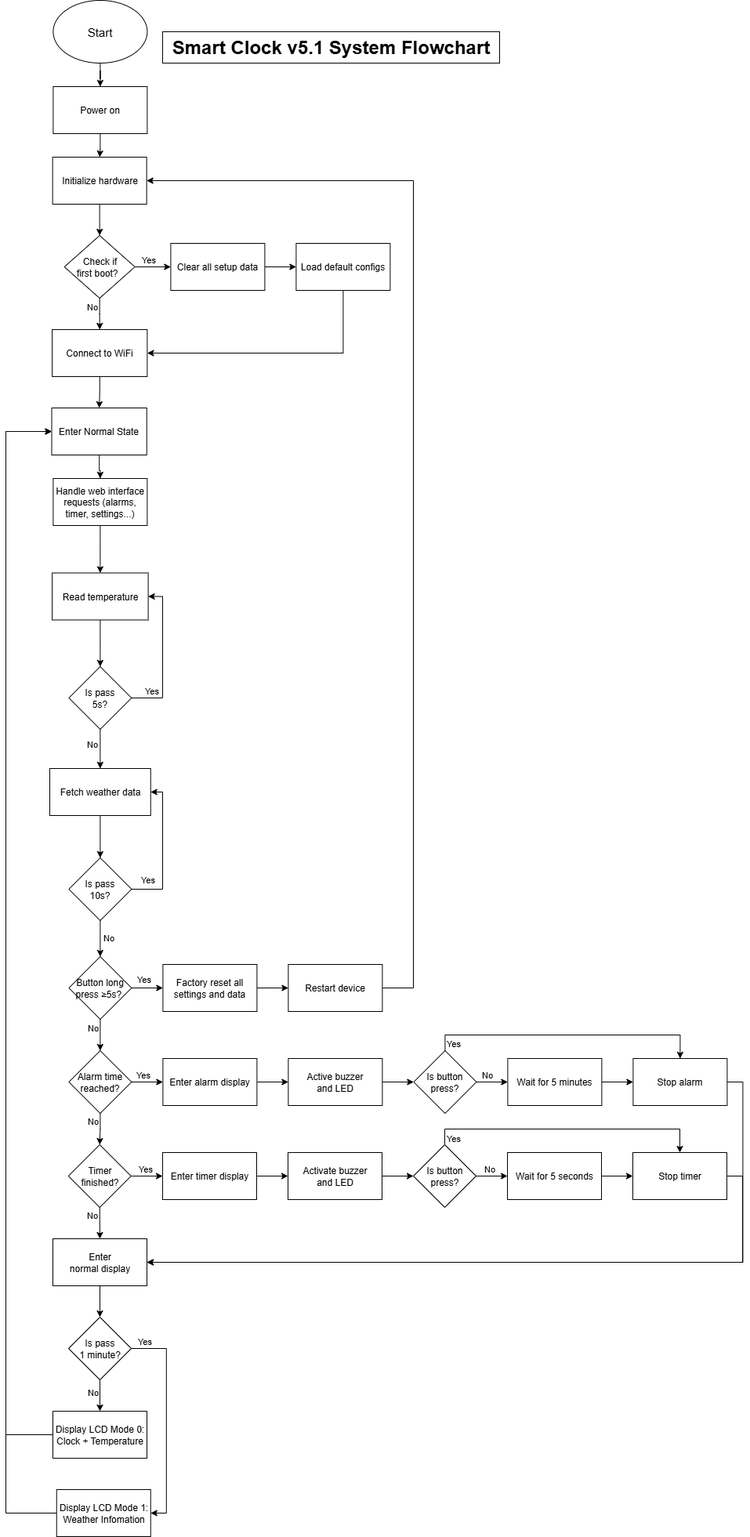
lgdlong/digital-clock-iot-g1 keeps this draw.io diagram as docs/flowchart.drawio.png. Above is the earlier version. Source tidied: cells renumbered, new cells last; positions are measured from the earlier drawing's top-left corner, leaving out a move shared by most shapes.
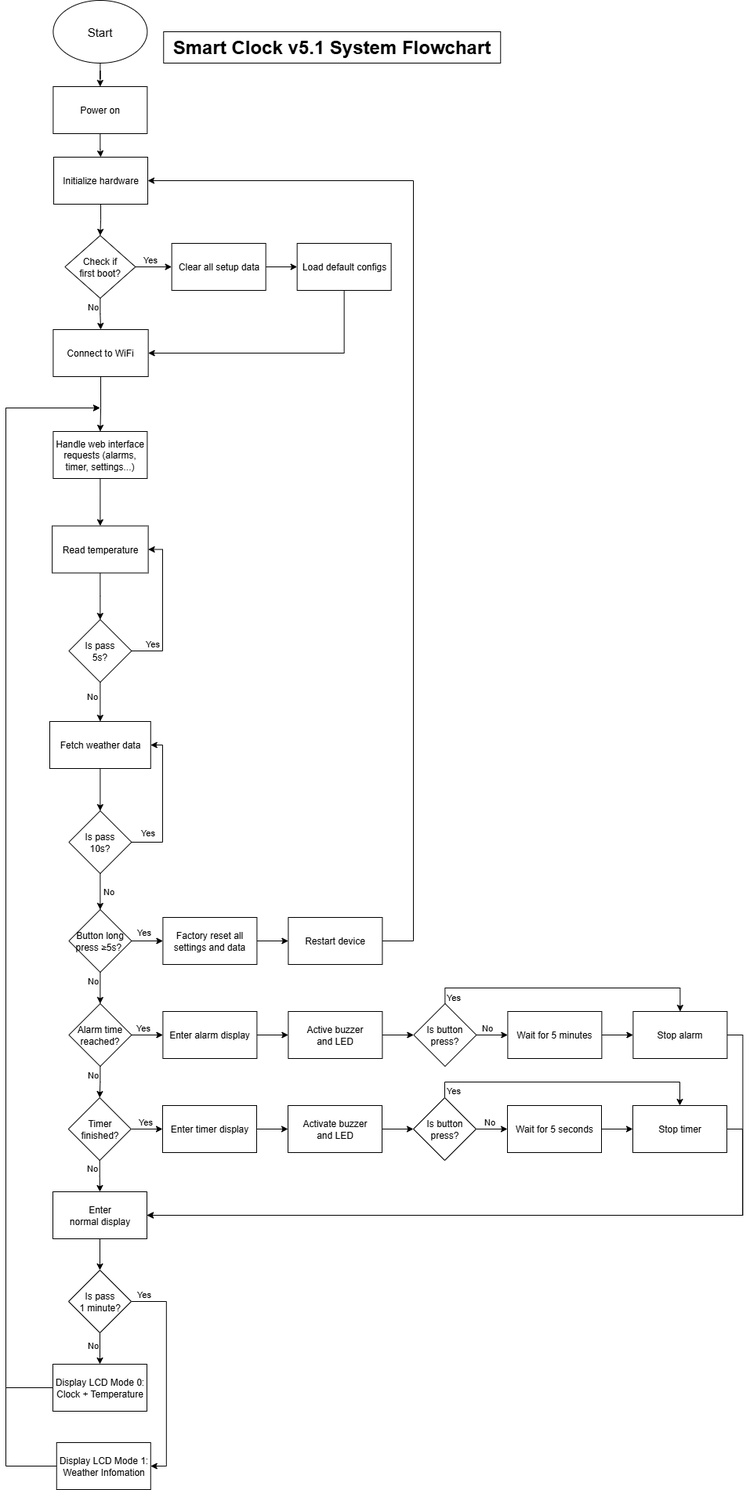
Above is the later version.

Diff of the diagram source:
```diff
@@ -6,22 +6,22 @@
       <mxGeometry relative="1" as="geometry" />
     </mxCell>
     <mxCell id="3" value="&lt;font style=&quot;font-size: 15px;&quot;&gt;Start&lt;/font&gt;" style="ellipse;whiteSpace=wrap;html=1;strokeWidth=1;" parent="1" vertex="1">
-      <mxGeometry x="60.4" width="120" height="80" as="geometry" />
+      <mxGeometry x="60.4" y="60" width="120" height="80" as="geometry" />
     </mxCell>
     <mxCell id="4" value="&lt;font style=&quot;font-size: 24px;&quot;&gt;Smart Clock v5.1 System Flowchart&lt;/font&gt;" style="rounded=0;whiteSpace=wrap;html=1;fillColor=#FFFFFF;strokeColor=#000000;fontSize=16;fontStyle=1;" parent="1" vertex="1">
-      <mxGeometry x="200" y="40" width="430" height="40" as="geometry" />
+      <mxGeometry x="201.3" y="100" width="430" height="40" as="geometry" />
     </mxCell>
     <mxCell id="5" style="edgeStyle=orthogonalEdgeStyle;rounded=0;jettySize=auto;html=1;entryX=0.5;entryY=0;entryDx=0;entryDy=0;" parent="1" edge="1" source="6" target="15">
       <mxGeometry relative="1" as="geometry" />
     </mxCell>
     <mxCell id="6" value="Power on" style="rounded=0;whiteSpace=wrap;html=1;strokeWidth=1;" parent="1" vertex="1">
-      <mxGeometry x="60.4" y="110" width="120" height="60" as="geometry" />
+      <mxGeometry x="60.4" y="170" width="120" height="60" as="geometry" />
     </mxCell>
     <mxCell id="7" style="edgeStyle=orthogonalEdgeStyle;rounded=0;jettySize=auto;html=1;exitX=1;exitY=0.5;exitDx=0;exitDy=0;entryX=0;entryY=0.5;entryDx=0;entryDy=0;" parent="1" edge="1" source="8" target="19">
       <mxGeometry relative="1" as="geometry" />
     </mxCell>
     <mxCell id="8" value="Clear all setup data" style="rounded=0;whiteSpace=wrap;html=1;strokeWidth=1;" parent="1" vertex="1">
-      <mxGeometry x="210.4" y="310" width="120" height="60" as="geometry" />
+      <mxGeometry x="211.7" y="370" width="120" height="60" as="geometry" />
     </mxCell>
     <mxCell id="9" style="edgeStyle=orthogonalEdgeStyle;rounded=0;jettySize=auto;html=1;" parent="1" edge="1" source="13" target="8">
       <mxGeometry relative="1" as="geometry" />
@@ -39,33 +39,32 @@
         <mxPoint x="-10" y="1" as="offset" />
       </mxGeometry>
     </mxCell>
-    <mxCell id="13" value="&lt;div&gt;Check if &lt;br&gt;first boot?&amp;nbsp;&amp;nbsp;&lt;/div&gt;" style="rhombus;whiteSpace=wrap;html=1;strokeWidth=1;" parent="1" vertex="1">
-      <mxGeometry x="74.6" y="300" width="90" height="80" as="geometry" />
+    <mxCell id="13" value="&lt;div&gt;Check if &lt;br&gt;first boot?&lt;/div&gt;" style="rhombus;whiteSpace=wrap;html=1;strokeWidth=1;" parent="1" vertex="1">
+      <mxGeometry x="75.4" y="360" width="90" height="80" as="geometry" />
     </mxCell>
     <mxCell id="14" style="edgeStyle=orthogonalEdgeStyle;rounded=0;jettySize=auto;html=1;exitX=0.5;exitY=1;exitDx=0;exitDy=0;entryX=0.5;entryY=0;entryDx=0;entryDy=0;" parent="1" edge="1" source="15" target="13">
       <mxGeometry relative="1" as="geometry" />
     </mxCell>
     <mxCell id="15" value="Initialize hardware" style="rounded=0;whiteSpace=wrap;html=1;strokeWidth=1;" parent="1" vertex="1">
-      <mxGeometry x="59.6" y="200" width="120" height="60" as="geometry" />
+      <mxGeometry x="61" y="260" width="120" height="60" as="geometry" />
     </mxCell>
-    <mxCell id="16" style="edgeStyle=orthogonalEdgeStyle;rounded=0;jettySize=auto;html=1;exitX=0.5;exitY=1;exitDx=0;exitDy=0;entryX=0.5;entryY=0;entryDx=0;entryDy=0;" parent="1" edge="1" source="17" target="21">
-      <mxGeometry relative="1" as="geometry" />
-    </mxCell>
+    <mxCell id="100" style="edgeStyle=orthogonalEdgeStyle;rounded=0;jettySize=auto;html=1;exitX=0.5;exitY=1;exitDx=0;exitDy=0;entryX=0.5;entryY=0;entryDx=0;entryDy=0;" parent="1" edge="1" source="17" target="27">
+      <mxGeometry relative="1" as="geometry">
+        <Array as="points">
+          <mxPoint x="121" y="580" />
+          <mxPoint x="120" y="580" />
+        </Array>
+      </mxGeometry>
+    </mxCell>
     <mxCell id="17" value="Connect to WiFi" style="rounded=0;whiteSpace=wrap;html=1;strokeWidth=1;" parent="1" vertex="1">
-      <mxGeometry x="59.1" y="420" width="121.3" height="60" as="geometry" />
+      <mxGeometry x="60.4" y="480" width="121.3" height="60" as="geometry" />
     </mxCell>
     <mxCell id="18" style="edgeStyle=orthogonalEdgeStyle;rounded=0;jettySize=auto;html=1;exitX=0.5;exitY=1;exitDx=0;exitDy=0;entryX=1;entryY=0.5;entryDx=0;entryDy=0;" parent="1" edge="1" source="19" target="17">
       <mxGeometry relative="1" as="geometry" />
     </mxCell>
     <mxCell id="19" value="Load default configs" style="rounded=0;whiteSpace=wrap;html=1;strokeWidth=1;" parent="1" vertex="1">
-      <mxGeometry x="370.4" y="310" width="120" height="60" as="geometry" />
+      <mxGeometry x="371.7" y="370" width="120" height="60" as="geometry" />
     </mxCell>
-    <mxCell id="20" style="edgeStyle=orthogonalEdgeStyle;rounded=0;jettySize=auto;html=1;" parent="1" edge="1" source="21" target="27">
-      <mxGeometry relative="1" as="geometry" />
-    </mxCell>
-    <mxCell id="21" value="Enter Normal State" style="rounded=0;whiteSpace=wrap;html=1;strokeWidth=1;" parent="1" vertex="1">
-      <mxGeometry x="58.5" y="520" width="121.3" height="60" as="geometry" />
-    </mxCell>
     <mxCell id="22" style="edgeStyle=orthogonalEdgeStyle;rounded=0;jettySize=auto;html=1;" parent="1" edge="1" source="23" target="88">
       <mxGeometry relative="1" as="geometry" />
     </mxCell>
@@ -102,7 +101,7 @@
       <mxGeometry relative="1" as="geometry">
         <Array as="points">
           <mxPoint x="520" y="1260" />
-          <mxPoint x="520" y="230" />
+          <mxPoint x="520" y="290" />
         </Array>
       </mxGeometry>
     </mxCell>
@@ -232,11 +231,12 @@
         <mxPoint x="7" y="-11" as="offset" />
       </mxGeometry>
     </mxCell>
-    <mxCell id="67" style="edgeStyle=orthogonalEdgeStyle;rounded=0;jettySize=auto;html=1;entryX=0;entryY=0.5;entryDx=0;entryDy=0;exitX=0;exitY=0.5;exitDx=0;exitDy=0;" parent="1" edge="1" source="99" target="21">
+    <mxCell id="67" style="edgeStyle=orthogonalEdgeStyle;rounded=0;jettySize=auto;html=1;entryX=-0.062;entryY=0.366;entryDx=0;entryDy=0;exitX=0;exitY=0.5;exitDx=0;exitDy=0;entryPerimeter=0;" parent="1" edge="1" source="99">
       <mxGeometry relative="1" as="geometry">
+        <mxPoint x="120" y="580" as="targetPoint" />
         <Array as="points">
           <mxPoint y="1930" />
-          <mxPoint y="550" />
+          <mxPoint y="580" />
         </Array>
       </mxGeometry>
     </mxCell>
@@ -346,11 +346,12 @@
     <mxCell id="91" value="Is pass &lt;br&gt;10s?" style="rhombus;whiteSpace=wrap;html=1;rounded=0;" parent="1" vertex="1">
       <mxGeometry x="80.4" y="1094" width="80" height="80" as="geometry" />
     </mxCell>
-    <mxCell id="92" style="edgeStyle=orthogonalEdgeStyle;rounded=0;jettySize=auto;html=1;exitX=0;exitY=0.5;exitDx=0;exitDy=0;entryX=0;entryY=0.5;entryDx=0;entryDy=0;" parent="1" edge="1" source="93" target="21">
+    <mxCell id="92" style="edgeStyle=orthogonalEdgeStyle;rounded=0;jettySize=auto;html=1;exitX=0;exitY=0.5;exitDx=0;exitDy=0;" parent="1" edge="1" source="93">
       <mxGeometry relative="1" as="geometry">
+        <mxPoint x="120" y="580" as="targetPoint" />
         <Array as="points">
           <mxPoint y="1830" />
-          <mxPoint y="550" />
+          <mxPoint y="580" />
         </Array>
       </mxGeometry>
     </mxCell>
```
